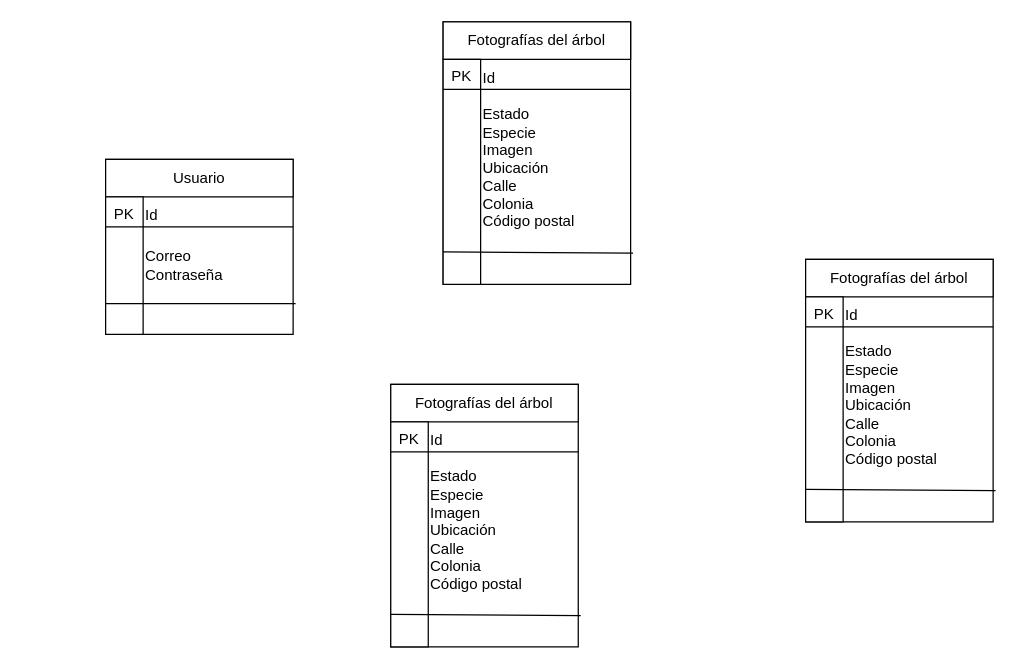
Earlier version of the draw.io diagram Actividad_07/Actividad_07.drawio (VictorPacheco1208/SSPBD). Source tidied: cells renumbered, new cells numbered last; positions are measured from the earlier drawing's top-left corner, leaving out a move shared by most shapes. Both pictures are drawn from the tidied source at 125%, with x=0, y=0 at pixel (105, 21).
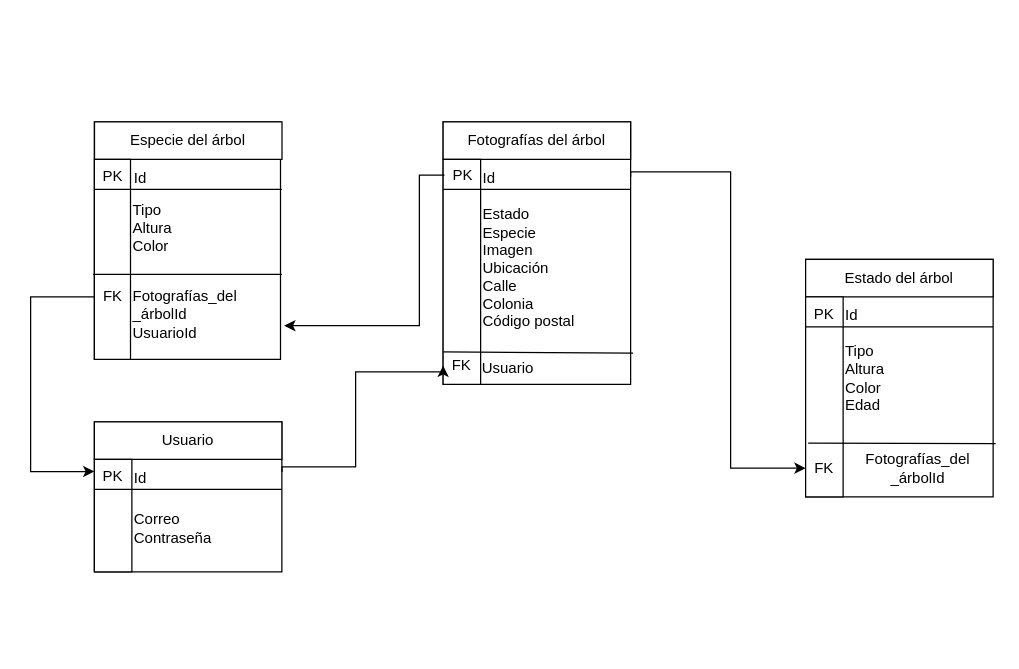
After the change.

Diff of the diagram source:
```diff
@@
     <mxCell id="2" style="rounded=0;whiteSpace=wrap;html=1;" parent="1" vertex="1">
-      <mxGeometry x="270" width="150" height="210" as="geometry" />
+      <mxGeometry x="270" y="80" width="150" height="210" as="geometry" />
     </mxCell>
     <mxCell id="3" style="rounded=0;whiteSpace=wrap;html=1;" parent="1" vertex="1">
-      <mxGeometry x="270" width="150" height="30" as="geometry" />
+      <mxGeometry x="270" y="80" width="150" height="30" as="geometry" />
     </mxCell>
     <mxCell id="4" value="Fotografías del árbol" style="text;html=1;strokeColor=none;fillColor=none;align=center;verticalAlign=middle;whiteSpace=wrap;rounded=0;" parent="1" vertex="1">
-      <mxGeometry x="280" y="7" width="130" height="15" as="geometry" />
+      <mxGeometry x="280" y="87" width="130" height="15" as="geometry" />
     </mxCell>
     <mxCell id="5" style="rounded=0;whiteSpace=wrap;html=1;" parent="1" vertex="1">
-      <mxGeometry x="270" y="30" width="30" height="180" as="geometry" />
+      <mxGeometry x="270" y="110" width="30" height="180" as="geometry" />
     </mxCell>
     <mxCell id="6" value="Estado&lt;br&gt;Especie&lt;br&gt;Imagen&lt;br&gt;Ubicación&lt;br&gt;Calle&lt;br&gt;Colonia&lt;br&gt;Código postal" style="text;html=1;strokeColor=none;fillColor=none;align=left;verticalAlign=middle;whiteSpace=wrap;rounded=0;" parent="1" vertex="1">
-      <mxGeometry x="300" y="70" width="80" height="94" as="geometry" />
+      <mxGeometry x="300" y="150" width="80" height="94" as="geometry" />
     </mxCell>
     <mxCell id="7" style="endArrow=none;html=1;exitX=0;exitY=0.878;exitDx=0;exitDy=0;exitPerimeter=0;entryX=1.013;entryY=0.881;entryDx=0;entryDy=0;verticalAlign=middle;entryPerimeter=0;" parent="1" edge="1" target="2">
       <mxGeometry relative="1" as="geometry">
-        <mxPoint x="270" y="184" as="sourcePoint" />
+        <mxPoint x="270" y="264" as="sourcePoint" />
       </mxGeometry>
     </mxCell>
     <mxCell id="8" value="Id" style="text;html=1;strokeColor=none;fillColor=none;align=left;verticalAlign=middle;whiteSpace=wrap;rounded=0;" parent="1" vertex="1">
-      <mxGeometry x="300" y="35" width="40" height="20" as="geometry" />
+      <mxGeometry x="300" y="115" width="40" height="20" as="geometry" />
     </mxCell>
+    <mxCell id="38" style="edgeStyle=orthogonalEdgeStyle;rounded=0;jettySize=auto;html=1;entryX=1.02;entryY=0.858;entryDx=0;entryDy=0;entryPerimeter=0;" parent="1" edge="1" source="9" target="20">
+      <mxGeometry relative="1" as="geometry">
+        <Array as="points">
+          <mxPoint x="251" y="123" />
+          <mxPoint x="251" y="243" />
+        </Array>
+      </mxGeometry>
+    </mxCell>
     <mxCell id="9" value="PK" style="text;html=1;strokeColor=none;fillColor=none;align=center;verticalAlign=middle;whiteSpace=wrap;rounded=0;" parent="1" vertex="1">
-      <mxGeometry x="270" y="36" width="30" height="15" as="geometry" />
+      <mxGeometry x="271.1" y="115" width="30" height="15" as="geometry" />
     </mxCell>
     <mxCell id="10" style="endArrow=none;html=1;exitX=0.067;exitY=0.15;exitDx=0;exitDy=0;exitPerimeter=0;verticalAlign=middle;" parent="1" edge="1">
       <mxGeometry relative="1" as="geometry">
-        <mxPoint x="270" y="54" as="sourcePoint" />
-        <mxPoint x="420" y="54" as="targetPoint" />
+        <mxPoint x="270" y="134" as="sourcePoint" />
+        <mxPoint x="420" y="134" as="targetPoint" />
       </mxGeometry>
     </mxCell>
     <mxCell id="11" style="rounded=0;whiteSpace=wrap;html=1;" parent="1" vertex="1">
-      <mxGeometry y="110" width="150" height="140" as="geometry" />
+      <mxGeometry x="-9" y="320" width="150" height="120" as="geometry" />
     </mxCell>
     <mxCell id="12" style="rounded=0;whiteSpace=wrap;html=1;" parent="1" vertex="1">
-      <mxGeometry y="110" width="150" height="30" as="geometry" />
+      <mxGeometry x="-9" y="320" width="150" height="30" as="geometry" />
     </mxCell>
     <mxCell id="13" value="Usuario" style="text;html=1;strokeColor=none;fillColor=none;align=center;verticalAlign=middle;whiteSpace=wrap;rounded=0;" parent="1" vertex="1">
-      <mxGeometry x="10" y="117" width="130" height="15" as="geometry" />
+      <mxGeometry x="1.1" y="327" width="130" height="15" as="geometry" />
     </mxCell>
     <mxCell id="14" style="rounded=0;whiteSpace=wrap;html=1;" parent="1" vertex="1">
-      <mxGeometry y="140" width="30" height="110" as="geometry" />
+      <mxGeometry x="-9" y="350" width="30" height="90" as="geometry" />
     </mxCell>
     <mxCell id="15" value="Correo&lt;br&gt;Contraseña" style="text;html=1;strokeColor=none;fillColor=none;align=left;verticalAlign=middle;whiteSpace=wrap;rounded=0;" parent="1" vertex="1">
-      <mxGeometry x="30" y="180" width="60" height="30" as="geometry" />
+      <mxGeometry x="21.1" y="390" width="60" height="30" as="geometry" />
     </mxCell>
-    <mxCell id="16" style="endArrow=none;html=1;exitX=0;exitY=0.849;exitDx=0;exitDy=0;exitPerimeter=0;entryX=1.013;entryY=0.881;entryDx=0;entryDy=0;verticalAlign=middle;entryPerimeter=0;" parent="1" edge="1">
-      <mxGeometry relative="1" as="geometry">
-        <mxPoint y="225.4" as="sourcePoint" />
-        <mxPoint x="152" y="225.3" as="targetPoint" />
-      </mxGeometry>
-    </mxCell>
     <mxCell id="17" value="Id" style="text;html=1;strokeColor=none;fillColor=none;align=left;verticalAlign=middle;whiteSpace=wrap;rounded=0;" parent="1" vertex="1">
-      <mxGeometry x="30" y="145" width="40" height="20" as="geometry" />
+      <mxGeometry x="21.1" y="355" width="40" height="20" as="geometry" />
     </mxCell>
     <mxCell id="18" value="PK" style="text;html=1;strokeColor=none;fillColor=none;align=center;verticalAlign=middle;whiteSpace=wrap;rounded=0;" parent="1" vertex="1">
-      <mxGeometry y="146" width="30" height="15" as="geometry" />
+      <mxGeometry x="-9" y="356" width="30" height="15" as="geometry" />
     </mxCell>
     <mxCell id="19" style="endArrow=none;html=1;exitX=0.067;exitY=0.15;exitDx=0;exitDy=0;exitPerimeter=0;verticalAlign=middle;" parent="1" edge="1">
       <mxGeometry relative="1" as="geometry">
-        <mxPoint y="164" as="sourcePoint" />
-        <mxPoint x="150" y="164" as="targetPoint" />
+        <mxPoint x="-9" y="374" as="sourcePoint" />
+        <mxPoint x="141.1" y="374" as="targetPoint" />
       </mxGeometry>
     </mxCell>
     <mxCell id="20" style="rounded=0;whiteSpace=wrap;html=1;" parent="1" vertex="1">
-      <mxGeometry x="228.1" y="290" width="150" height="210" as="geometry" />
+      <mxGeometry x="-9" y="80" width="148.9" height="190" as="geometry" />
     </mxCell>
     <mxCell id="21" style="rounded=0;whiteSpace=wrap;html=1;" parent="1" vertex="1">
-      <mxGeometry x="228.1" y="290" width="150" height="30" as="geometry" />
+      <mxGeometry x="-8.9" y="80" width="150" height="30" as="geometry" />
     </mxCell>
-    <mxCell id="22" value="Fotografías del árbol" style="text;html=1;strokeColor=none;fillColor=none;align=center;verticalAlign=middle;whiteSpace=wrap;rounded=0;" parent="1" vertex="1">
-      <mxGeometry x="238.1" y="297" width="130" height="15" as="geometry" />
+    <mxCell id="22" value="Especie del árbol" style="text;html=1;strokeColor=none;fillColor=none;align=center;verticalAlign=middle;whiteSpace=wrap;rounded=0;" parent="1" vertex="1">
+      <mxGeometry x="1.1" y="87" width="130" height="15" as="geometry" />
     </mxCell>
     <mxCell id="23" style="rounded=0;whiteSpace=wrap;html=1;" parent="1" vertex="1">
-      <mxGeometry x="228.1" y="320" width="30" height="180" as="geometry" />
+      <mxGeometry x="-9" y="110" width="28.9" height="160" as="geometry" />
     </mxCell>
-    <mxCell id="24" value="Estado&lt;br&gt;Especie&lt;br&gt;Imagen&lt;br&gt;Ubicación&lt;br&gt;Calle&lt;br&gt;Colonia&lt;br&gt;Código postal" style="text;html=1;strokeColor=none;fillColor=none;align=left;verticalAlign=middle;whiteSpace=wrap;rounded=0;" parent="1" vertex="1">
-      <mxGeometry x="258.1" y="360" width="80" height="94" as="geometry" />
+    <mxCell id="24" value="Tipo&amp;nbsp;&lt;br&gt;Altura&lt;br&gt;Color" style="text;html=1;strokeColor=none;fillColor=none;align=left;verticalAlign=middle;whiteSpace=wrap;rounded=0;" parent="1" vertex="1">
+      <mxGeometry x="20.1" y="140" width="42" height="50" as="geometry" />
     </mxCell>
-    <mxCell id="25" style="endArrow=none;html=1;exitX=0;exitY=0.878;exitDx=0;exitDy=0;exitPerimeter=0;entryX=1.013;entryY=0.881;entryDx=0;entryDy=0;verticalAlign=middle;entryPerimeter=0;" parent="1" edge="1" target="20">
+    <mxCell id="25" style="endArrow=none;html=1;verticalAlign=middle;entryX=1;entryY=0.75;entryDx=0;entryDy=0;" parent="1" edge="1">
       <mxGeometry relative="1" as="geometry">
-        <mxPoint x="228.1" y="474" as="sourcePoint" />
+        <mxPoint x="-10" y="202" as="sourcePoint" />
+        <mxPoint x="141" y="202" as="targetPoint" />
       </mxGeometry>
     </mxCell>
     <mxCell id="26" value="Id" style="text;html=1;strokeColor=none;fillColor=none;align=left;verticalAlign=middle;whiteSpace=wrap;rounded=0;" parent="1" vertex="1">
-      <mxGeometry x="258.1" y="325" width="40" height="20" as="geometry" />
+      <mxGeometry x="21.1" y="115" width="40" height="20" as="geometry" />
     </mxCell>
     <mxCell id="27" value="PK" style="text;html=1;strokeColor=none;fillColor=none;align=center;verticalAlign=middle;whiteSpace=wrap;rounded=0;" parent="1" vertex="1">
-      <mxGeometry x="228.1" y="326" width="30" height="15" as="geometry" />
+      <mxGeometry x="-8.9" y="116" width="30" height="15" as="geometry" />
     </mxCell>
     <mxCell id="28" style="endArrow=none;html=1;exitX=0.067;exitY=0.15;exitDx=0;exitDy=0;exitPerimeter=0;verticalAlign=middle;" parent="1" edge="1">
       <mxGeometry relative="1" as="geometry">
-        <mxPoint x="228.1" y="344" as="sourcePoint" />
-        <mxPoint x="378.1" y="344" as="targetPoint" />
+        <mxPoint x="-8.9" y="134" as="sourcePoint" />
+        <mxPoint x="141" y="134" as="targetPoint" />
       </mxGeometry>
     </mxCell>
     <mxCell id="29" style="rounded=0;whiteSpace=wrap;html=1;" parent="1" vertex="1">
-      <mxGeometry x="560" y="190" width="150" height="210" as="geometry" />
+      <mxGeometry x="560" y="190" width="150" height="190" as="geometry" />
     </mxCell>
@@
-    <mxCell id="31" value="Fotografías del árbol" style="text;html=1;strokeColor=none;fillColor=none;align=center;verticalAlign=middle;whiteSpace=wrap;rounded=0;" parent="1" vertex="1">
+    <mxCell id="31" value="Estado del árbol" style="text;html=1;strokeColor=none;fillColor=none;align=center;verticalAlign=middle;whiteSpace=wrap;rounded=0;" parent="1" vertex="1">
       <mxGeometry x="570" y="197" width="130" height="15" as="geometry" />
     </mxCell>
     <mxCell id="32" style="rounded=0;whiteSpace=wrap;html=1;" parent="1" vertex="1">
-      <mxGeometry x="560" y="220" width="30" height="180" as="geometry" />
+      <mxGeometry x="560" y="220" width="30" height="160" as="geometry" />
     </mxCell>
-    <mxCell id="33" value="Estado&lt;br&gt;Especie&lt;br&gt;Imagen&lt;br&gt;Ubicación&lt;br&gt;Calle&lt;br&gt;Colonia&lt;br&gt;Código postal" style="text;html=1;strokeColor=none;fillColor=none;align=left;verticalAlign=middle;whiteSpace=wrap;rounded=0;" parent="1" vertex="1">
-      <mxGeometry x="590" y="260" width="80" height="94" as="geometry" />
+    <mxCell id="33" value="Tipo&lt;br&gt;Altura&lt;br&gt;Color&lt;br&gt;Edad" style="text;html=1;strokeColor=none;fillColor=none;align=left;verticalAlign=middle;whiteSpace=wrap;rounded=0;" parent="1" vertex="1">
+      <mxGeometry x="590" y="260" width="50" height="50" as="geometry" />
     </mxCell>
-    <mxCell id="34" style="endArrow=none;html=1;exitX=0;exitY=0.878;exitDx=0;exitDy=0;exitPerimeter=0;entryX=1.013;entryY=0.881;entryDx=0;entryDy=0;verticalAlign=middle;entryPerimeter=0;" parent="1" edge="1" target="29">
+    <mxCell id="34" style="endArrow=none;html=1;exitX=0.067;exitY=0.856;exitDx=0;exitDy=0;exitPerimeter=0;entryX=1.013;entryY=0.881;entryDx=0;entryDy=0;verticalAlign=middle;entryPerimeter=0;" parent="1" edge="1">
       <mxGeometry relative="1" as="geometry">
-        <mxPoint x="560" y="374" as="sourcePoint" />
+        <mxPoint x="562" y="337" as="sourcePoint" />
+        <mxPoint x="712" y="337.4" as="targetPoint" />
       </mxGeometry>
     </mxCell>
@@
+    <mxCell id="39" value="FK" style="text;html=1;strokeColor=none;fillColor=none;align=center;verticalAlign=middle;whiteSpace=wrap;rounded=0;" parent="1" vertex="1">
+      <mxGeometry x="270" y="265" width="30" height="20" as="geometry" />
+    </mxCell>
+    <mxCell id="40" style="edgeStyle=orthogonalEdgeStyle;rounded=0;jettySize=auto;html=1;entryX=0;entryY=0.25;entryDx=0;entryDy=0;" parent="1" edge="1" source="41" target="18">
+      <mxGeometry relative="1" as="geometry">
+        <Array as="points">
+          <mxPoint x="-60" y="220" />
+          <mxPoint x="-60" y="360" />
+        </Array>
+      </mxGeometry>
+    </mxCell>
+    <mxCell id="41" value="FK" style="text;html=1;strokeColor=none;fillColor=none;align=center;verticalAlign=middle;whiteSpace=wrap;rounded=0;" parent="1" vertex="1">
+      <mxGeometry x="-8.9" y="210" width="30" height="20" as="geometry" />
+    </mxCell>
+    <mxCell id="42" value="FK" style="text;html=1;strokeColor=none;fillColor=none;align=center;verticalAlign=middle;whiteSpace=wrap;rounded=0;" parent="1" vertex="1">
+      <mxGeometry x="560" y="347" width="30" height="20" as="geometry" />
+    </mxCell>
+    <mxCell id="43" value="Fotografías_del _árbolId&lt;br&gt;UsuarioId" style="text;html=1;strokeColor=none;fillColor=none;align=left;verticalAlign=middle;whiteSpace=wrap;rounded=0;" parent="1" vertex="1">
+      <mxGeometry x="20" y="208.5" width="110" height="50" as="geometry" />
+    </mxCell>
+    <mxCell id="44" value="Fotografías_del _árbolId" style="text;html=1;strokeColor=none;fillColor=none;align=center;verticalAlign=middle;whiteSpace=wrap;rounded=0;" parent="1" vertex="1">
+      <mxGeometry x="600" y="347" width="100" height="20" as="geometry" />
+    </mxCell>
+    <mxCell id="45" value="Usuario" style="text;html=1;strokeColor=none;fillColor=none;align=center;verticalAlign=middle;whiteSpace=wrap;rounded=0;" parent="1" vertex="1">
+      <mxGeometry x="302.1" y="267" width="40" height="20" as="geometry" />
+    </mxCell>
+    <mxCell id="46" style="edgeStyle=orthogonalEdgeStyle;rounded=0;jettySize=auto;html=1;entryX=0;entryY=0.5;entryDx=0;entryDy=0;" parent="1" edge="1" target="42">
+      <mxGeometry relative="1" as="geometry">
+        <mxPoint x="420" y="124" as="sourcePoint" />
+        <Array as="points">
+          <mxPoint x="420" y="120" />
+          <mxPoint x="500" y="120" />
+          <mxPoint x="500" y="357" />
+        </Array>
+      </mxGeometry>
+    </mxCell>
+    <mxCell id="47" style="edgeStyle=orthogonalEdgeStyle;rounded=0;jettySize=auto;html=1;entryX=0;entryY=0.5;entryDx=0;entryDy=0;" parent="1" edge="1" target="39">
+      <mxGeometry relative="1" as="geometry">
+        <mxPoint x="141.1" y="360" as="sourcePoint" />
+        <Array as="points">
+          <mxPoint x="141" y="356" />
+          <mxPoint x="200" y="356" />
+          <mxPoint x="200" y="280" />
+          <mxPoint x="270" y="280" />
+        </Array>
+      </mxGeometry>
+    </mxCell>
```
